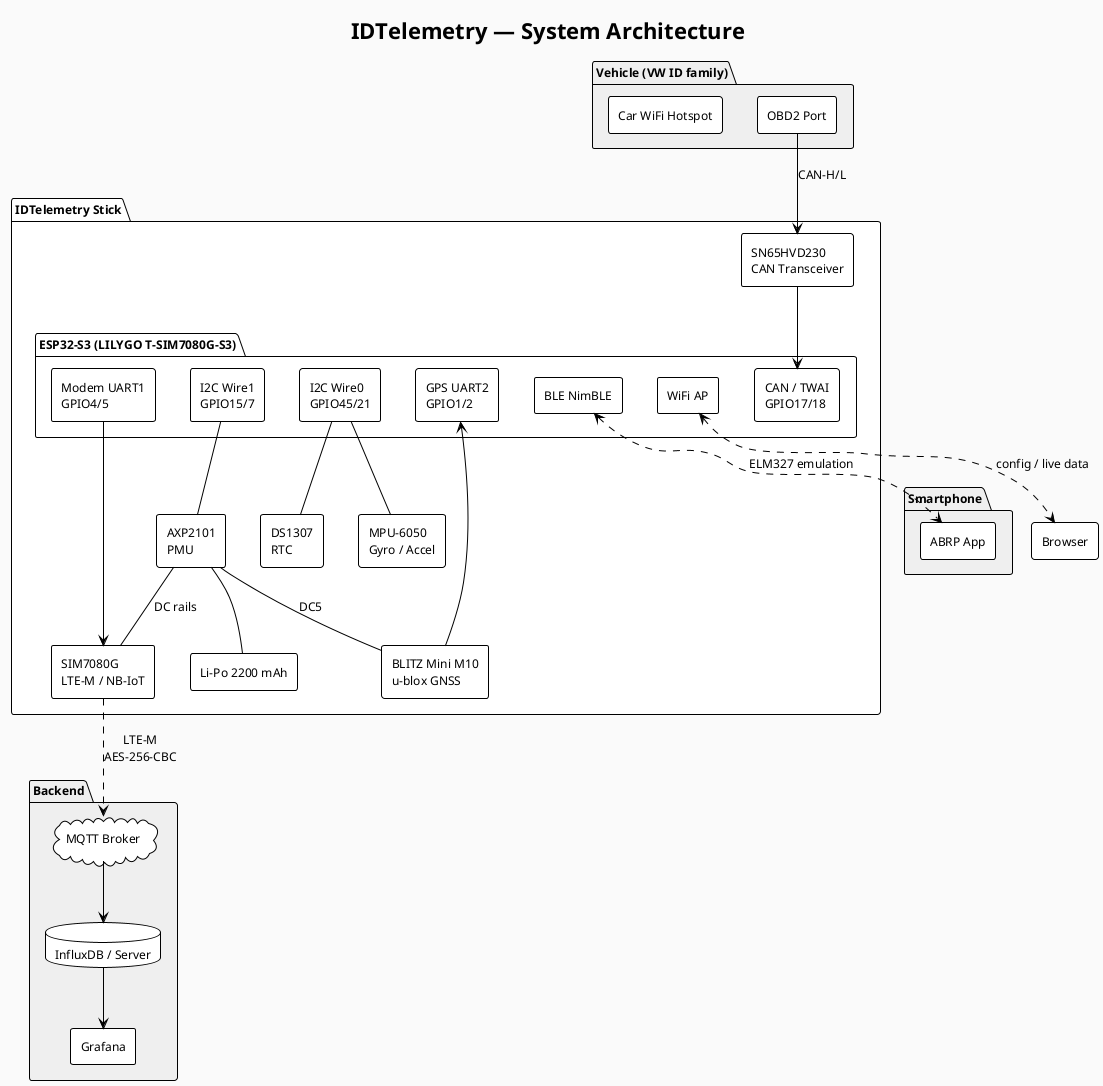
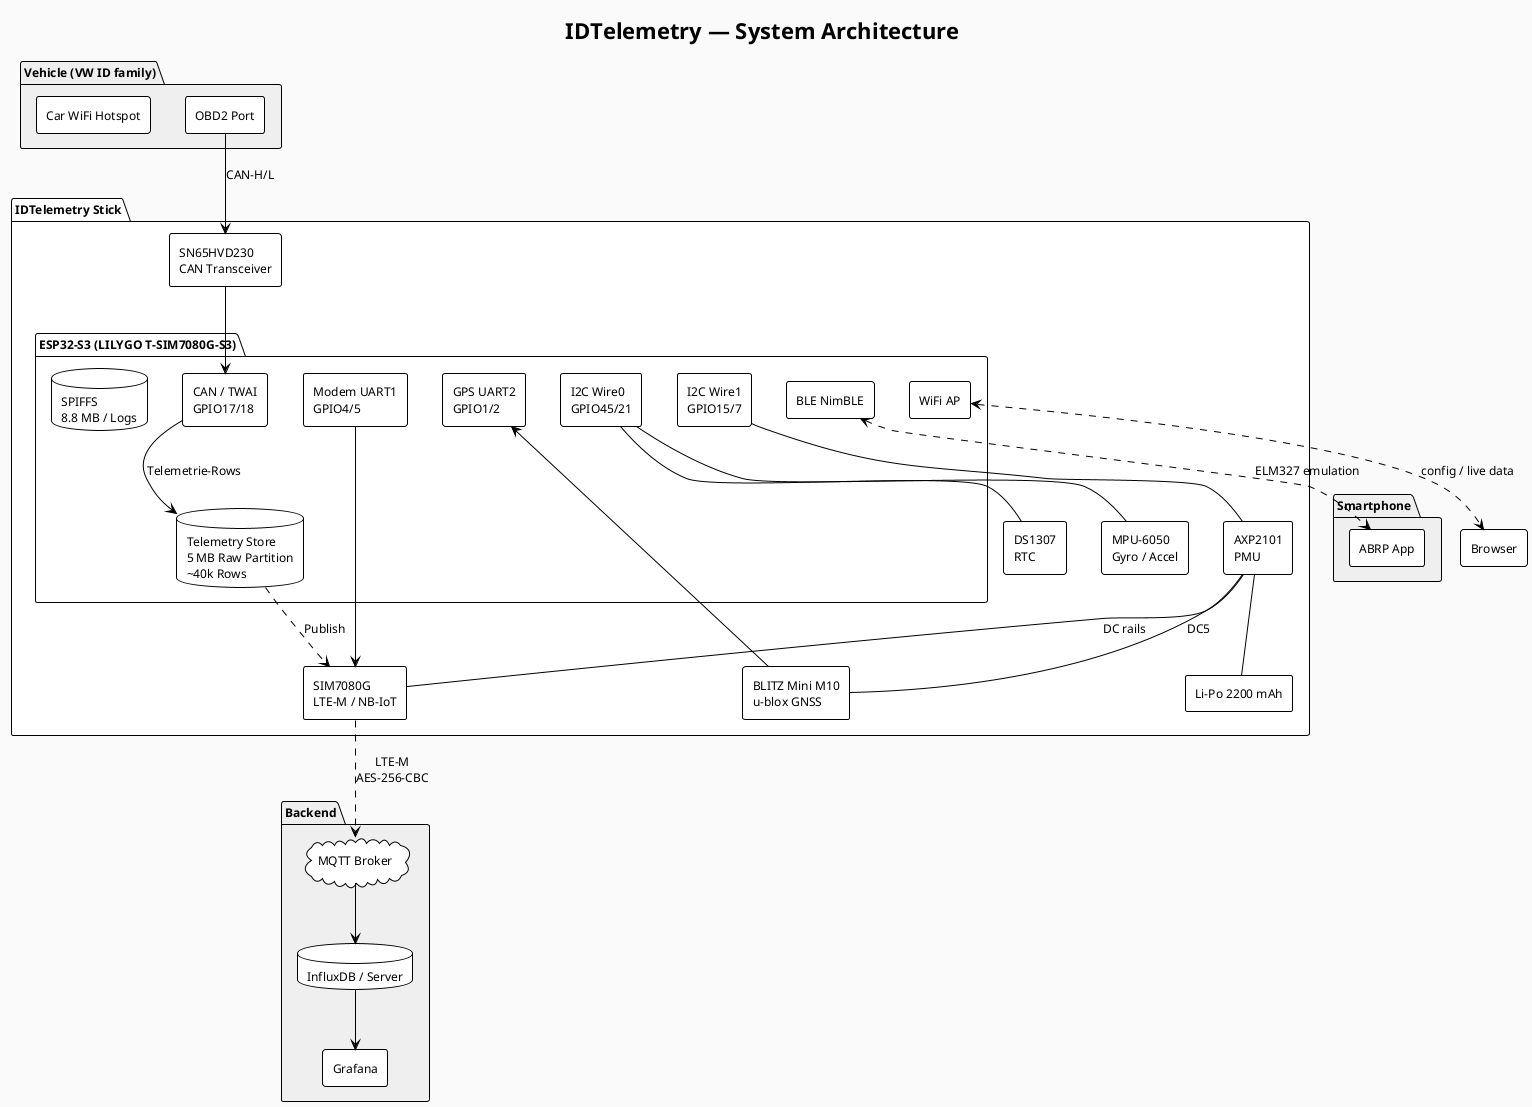
@startuml architecture
!theme plain
skinparam backgroundColor #FAFAFA
skinparam componentStyle rectangle
skinparam defaultFontName Menlo
skinparam defaultFontSize 12

title IDTelemetry — System Architecture

package "Vehicle (VW ID family)" #EFEFEF {
  [OBD2 Port] as OBD
  [Car WiFi Hotspot] as CarWifi
}

package "IDTelemetry Stick" #FFFFFF {
  package "ESP32-S3 (LILYGO T-SIM7080G-S3)" {
    [CAN / TWAI\nGPIO17/18] as CAN
    [Modem UART1\nGPIO4/5] as ModemUART
    [GPS UART2\nGPIO1/2] as GpsUART
    [I2C Wire0\nGPIO45/21] as I2C0
    [I2C Wire1\nGPIO15/7] as I2C1
    [BLE NimBLE] as BLE
    [WiFi AP] as AP
+     database "Telemetry Store\n5 MB Raw Partition\n~40k Rows" as STORE
+     database "SPIFFS\n8.8 MB / Logs" as FS
  }

  [SN65HVD230\nCAN Transceiver] as TRX
  [SIM7080G\nLTE-M / NB-IoT] as SIM
  [BLITZ Mini M10\nu-blox GNSS] as M10
  [DS1307\nRTC] as RTC
  [MPU-6050\nGyro / Accel] as IMU
  [AXP2101\nPMU] as PMU
  [Li-Po 2200 mAh] as BAT
}

package "Backend" #EFEFEF {
  cloud "MQTT Broker" as MQTT
  database "InfluxDB / Server" as DB
  [Grafana] as GRAF
}

package "Smartphone" #EFEFEF {
  [ABRP App] as ABRP
}

OBD --> TRX : CAN-H/L
TRX --> CAN
ModemUART --> SIM
GpsUART <-- M10
I2C0 -- RTC
I2C0 -- IMU
I2C1 -- PMU
PMU -- BAT
PMU -- SIM : DC rails
PMU -- M10 : DC5

+ CAN --> STORE : Telemetrie-Rows
+ STORE ..> SIM : Publish
SIM ..> MQTT : LTE-M\nAES-256-CBC
MQTT --> DB
DB --> GRAF

BLE <..> ABRP : ELM327 emulation
AP <..> [Browser] : config / live data

@enduml
